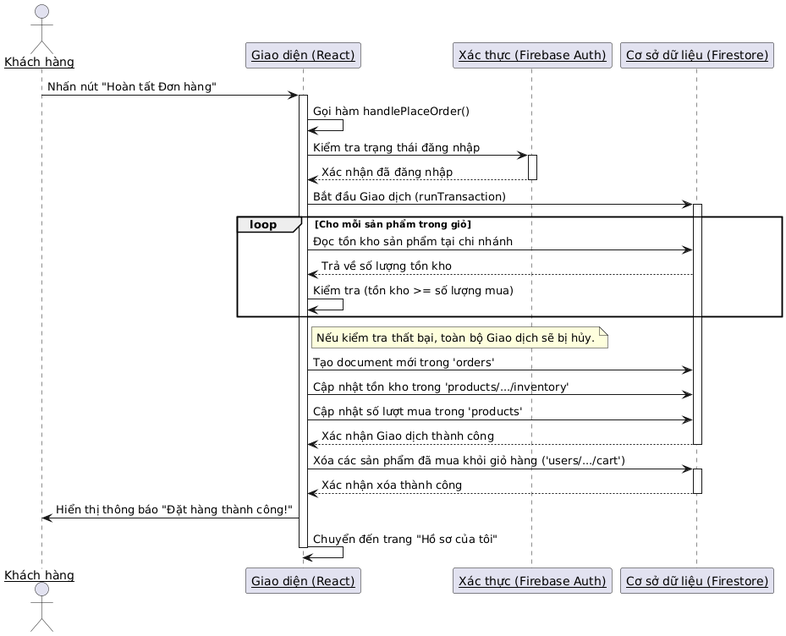
This is Sơ đồ tuần tự/Sơ đồ tuần tự (Quy trình đặt hàng).png from KhangNguyen-1412/freshfood-ecommerce, a PlantUML export, as it was before one commit.
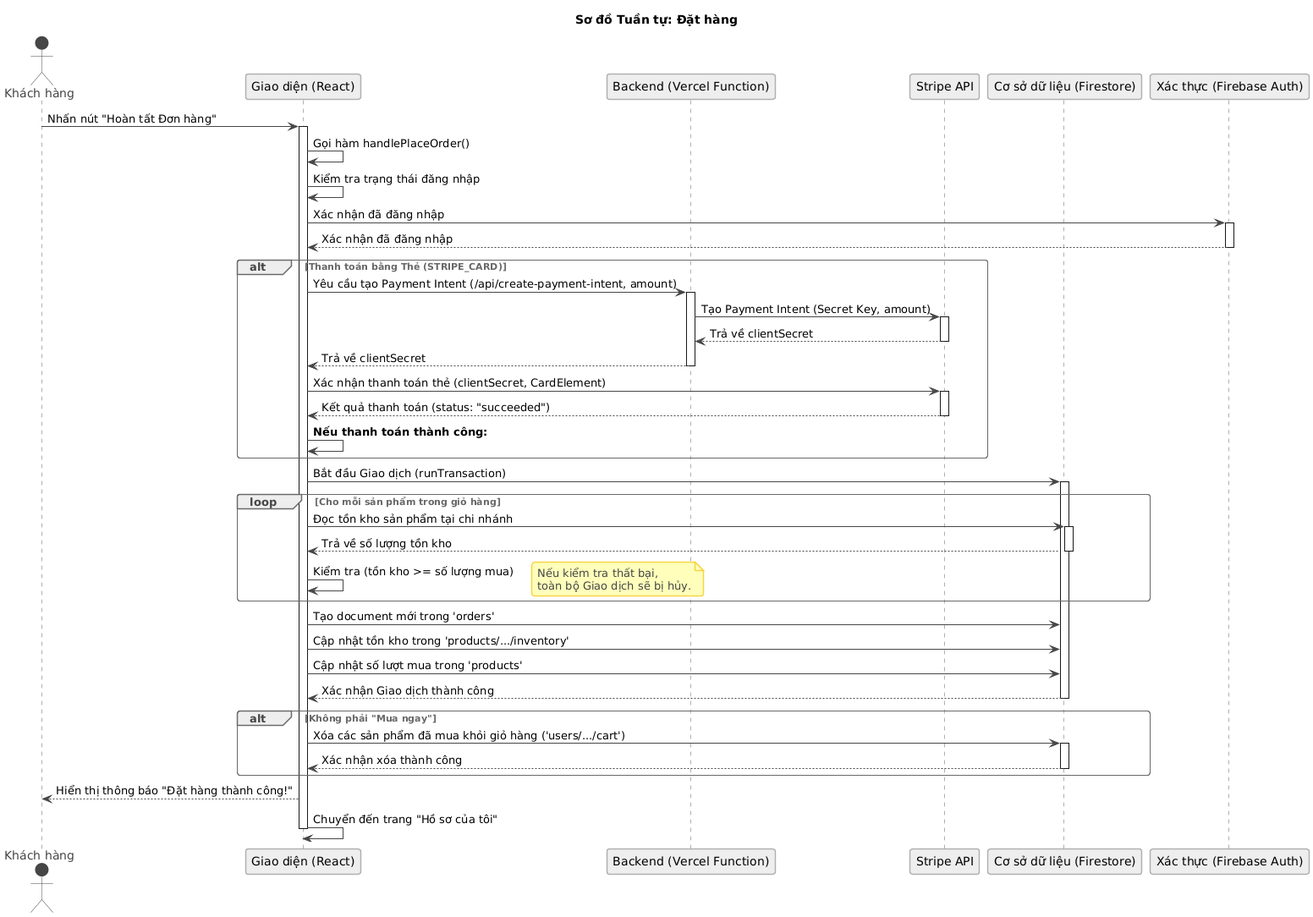
After the change.

The edit, as a diff of the source:
```diff
@@ -1,44 +1,82 @@
 @startuml
-skinparam sequenceParticipant underline
+!theme vibrant
 
-actor "Khách hàng" as KH
-participant "Giao diện (React)" as UI
+title Sơ đồ Tuần tự: Đặt hàng
+skinparam participant {
+    BackgroundColor #EEEEEE
+    BorderColor #B0B0B0
+    FontColor Black
+    FontStyle underline
+}
+skinparam note {
+    BackgroundColor #FFFFBB
+    BorderColor #F8D347
+}
+
+actor "Khách hàng" as KhachHang
+participant "Giao diện (React)" as Frontend
+participant "Backend (Vercel Function)" as Backend
+participant "Stripe API" as Stripe
+participant "Cơ sở dữ liệu (Firestore)" as Firestore
 participant "Xác thực (Firebase Auth)" as Auth
-participant "Cơ sở dữ liệu (Firestore)" as DB
 
-KH -> UI: Nhấn nút "Hoàn tất Đơn hàng"
-activate UI
+KhachHang -> Frontend : Nhấn nút "Hoàn tất Đơn hàng"
 
-UI -> UI: Gọi hàm handlePlaceOrder()
-UI -> Auth: Kiểm tra trạng thái đăng nhập
+activate Frontend
+Frontend -> Frontend : Gọi hàm handlePlaceOrder()
+Frontend -> Frontend : Kiểm tra trạng thái đăng nhập
+Frontend -> Auth : Xác nhận đã đăng nhập
 activate Auth
-Auth --> UI: Xác nhận đã đăng nhập
+Auth --> Frontend : Xác nhận đã đăng nhập
 deactivate Auth
 
-UI -> DB: Bắt đầu Giao dịch (runTransaction)
-activate DB
+alt Thanh toán bằng Thẻ (STRIPE_CARD)
+    Frontend -> Backend : Yêu cầu tạo Payment Intent (/api/create-payment-intent, amount)
+    activate Backend
+    Backend -> Stripe : Tạo Payment Intent (Secret Key, amount)
+    activate Stripe
+    Stripe --> Backend : Trả về clientSecret
+    deactivate Stripe
+    Backend --> Frontend : Trả về clientSecret
+    deactivate Backend
 
-loop Cho mỗi sản phẩm trong giỏ
-    UI -> DB: Đọc tồn kho sản phẩm tại chi nhánh
-    DB --> UI: Trả về số lượng tồn kho
-    UI -> UI: Kiểm tra (tồn kho >= số lượng mua)
-end
+    Frontend -> Stripe : Xác nhận thanh toán thẻ (clientSecret, CardElement)
+    activate Stripe
+    Stripe --> Frontend : Kết quả thanh toán (status: "succeeded")
+    deactivate Stripe
 
-note right of UI: Nếu kiểm tra thất bại, toàn bộ Giao dịch sẽ bị hủy.
+    Frontend -> Frontend : **Nếu thanh toán thành công:**
+end alt
 
-UI -> DB: Tạo document mới trong 'orders'
-UI -> DB: Cập nhật tồn kho trong 'products/.../inventory'
-UI -> DB: Cập nhật số lượt mua trong 'products'
-DB --> UI: Xác nhận Giao dịch thành công
-deactivate DB
+Frontend -> Firestore : Bắt đầu Giao dịch (runTransaction)
+activate Firestore
 
-UI -> DB: Xóa các sản phẩm đã mua khỏi giỏ hàng ('users/.../cart')
-activate DB
-DB --> UI: Xác nhận xóa thành công
-deactivate DB
+loop Cho mỗi sản phẩm trong giỏ hàng
+    Frontend -> Firestore : Đọc tồn kho sản phẩm tại chi nhánh
+    activate Firestore
+    Firestore --> Frontend : Trả về số lượng tồn kho
+    deactivate Firestore
+    Frontend -> Frontend : Kiểm tra (tồn kho >= số lượng mua)
+    note right
+        Nếu kiểm tra thất bại,
+        toàn bộ Giao dịch sẽ bị hủy.
+    end note
+end loop
 
-UI -> KH: Hiển thị thông báo "Đặt hàng thành công!"
-UI -> UI: Chuyển đến trang "Hồ sơ của tôi"
+Frontend -> Firestore : Tạo document mới trong 'orders'
+Frontend -> Firestore : Cập nhật tồn kho trong 'products/.../inventory'
+Frontend -> Firestore : Cập nhật số lượt mua trong 'products'
+Firestore --> Frontend : Xác nhận Giao dịch thành công
+deactivate Firestore
 
-deactivate UI
+alt Không phải "Mua ngay"
+    Frontend -> Firestore : Xóa các sản phẩm đã mua khỏi giỏ hàng ('users/.../cart')
+    activate Firestore
+    Firestore --> Frontend : Xác nhận xóa thành công
+    deactivate Firestore
+end alt
+
+Frontend --> KhachHang : Hiển thị thông báo "Đặt hàng thành công!"
+Frontend -> Frontend : Chuyển đến trang "Hồ sơ của tôi"
+deactivate Frontend
 @enduml
```
